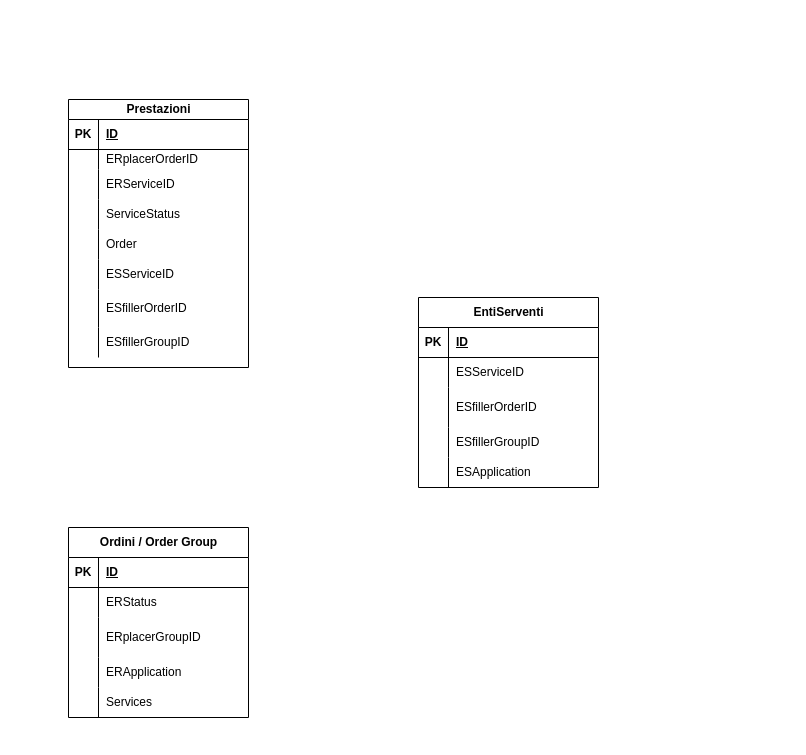
Before: Diagramma senza titolo.drawio in pietrodileo/ER-diagram-with-Draw.io, a draw.io diagram. Source tidied: cells renumbered, new cells numbered last; positions are measured from the earlier drawing's top-left corner, leaving out a move shared by most shapes. Both pictures are drawn from the tidied source at 100%, with x=0, y=0 at pixel (68, 99).
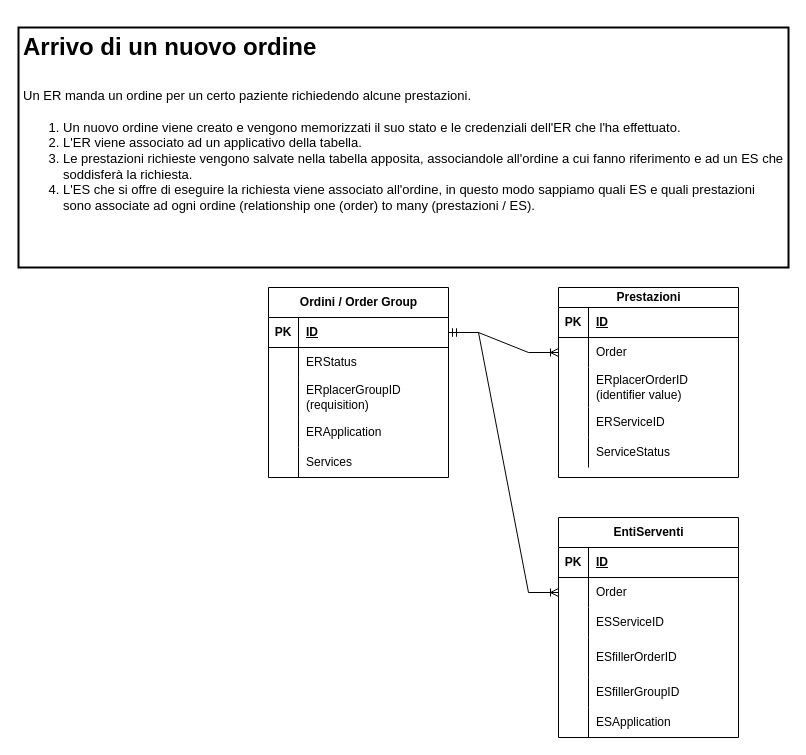
The same diagram, later.

Commit message (it also covers changes not shown here):
Aggiorna Diagramma

The change refers to these unchanged cells:
```xml
<mxCell id="28" style="shape=tableRow;horizontal=0;startSize=0;swimlaneHead=0;swimlaneBody=0;fillColor=none;points=[[0,0.5],[1,0.5]];portConstraint=eastwest;top=0;left=0;right=0;bottom=1;" parent="27" vertex="1">
  <mxGeometry y="30" width="180" height="30" as="geometry" />
</mxCell>
<mxCell id="34" style="shape=tableRow;horizontal=0;startSize=0;swimlaneHead=0;swimlaneBody=0;fillColor=none;top=0;left=0;right=0;bottom=0;" parent="27" vertex="1">
  <mxGeometry y="90" width="180" height="40" as="geometry" />
</mxCell>
<mxCell id="47" style="shape=tableRow;horizontal=0;startSize=0;swimlaneHead=0;swimlaneBody=0;fillColor=none;points=[[0,0.5],[1,0.5]];portConstraint=eastwest;top=0;left=0;right=0;bottom=0;" parent="43" vertex="1">
  <mxGeometry y="60" width="180" height="30" as="geometry" />
</mxCell>
```

What changed in the source:
```diff
@@
     <mxCell id="2" value="Prestazioni" style="shape=table;startSize=20;childLayout=tableLayout;rowLines=0;fontStyle=1;align=center;html=1;" parent="1" vertex="1">
-      <mxGeometry width="180" height="268" as="geometry" />
+      <mxGeometry x="490" y="188" width="180" height="190" as="geometry" />
     </mxCell>
@@
+    <mxCell id="15" style="shape=tableRow;horizontal=0;startSize=0;swimlaneHead=0;swimlaneBody=0;fillColor=none;points=[[0,0.5],[1,0.5]];portConstraint=eastwest;top=0;left=0;right=0;bottom=0;" parent="2" vertex="1">
+      <mxGeometry y="50" width="180" height="30" as="geometry" />
+    </mxCell>
+    <mxCell id="16" style="shape=partialRectangle;fillColor=none;top=0;left=0;bottom=0;right=0;overflow=hidden;whiteSpace=wrap;html=1;" parent="15" vertex="1">
+      <mxGeometry width="30" height="30" as="geometry" />
+    </mxCell>
+    <mxCell id="17" value="Order" style="shape=partialRectangle;fillColor=none;top=0;left=0;bottom=0;right=0;align=left;spacingLeft=6;overflow=hidden;whiteSpace=wrap;html=1;" parent="15" vertex="1">
+      <mxGeometry x="30" width="150" height="30" as="geometry" />
+    </mxCell>
     <mxCell id="6" style="shape=tableRow;horizontal=0;startSize=0;swimlaneHead=0;swimlaneBody=0;fillColor=none;top=0;left=0;right=0;bottom=0;" parent="2" vertex="1">
-      <mxGeometry y="50" width="180" height="20" as="geometry" />
+      <mxGeometry y="80" width="180" height="40" as="geometry" />
     </mxCell>
     <mxCell id="7" style="shape=partialRectangle;fillColor=none;top=0;left=0;bottom=0;right=0;overflow=hidden;whiteSpace=wrap;html=1;" parent="6" vertex="1">
-      <mxGeometry width="30" height="20" as="geometry" />
+      <mxGeometry width="30" height="40" as="geometry" />
     </mxCell>
-    <mxCell id="8" value="ERplacerOrderID" style="shape=partialRectangle;fillColor=none;top=0;left=0;bottom=0;right=0;align=left;spacingLeft=6;overflow=hidden;whiteSpace=wrap;html=1;" parent="6" vertex="1">
-      <mxGeometry x="30" width="150" height="20" as="geometry" />
+    <mxCell id="8" value="ERplacerOrderID&lt;br&gt;(identifier value)" style="shape=partialRectangle;fillColor=none;top=0;left=0;bottom=0;right=0;align=left;spacingLeft=6;overflow=hidden;whiteSpace=wrap;html=1;" parent="6" vertex="1">
+      <mxGeometry x="30" width="150" height="40" as="geometry" />
     </mxCell>
     <mxCell id="9" style="shape=tableRow;horizontal=0;startSize=0;swimlaneHead=0;swimlaneBody=0;fillColor=none;top=0;left=0;right=0;bottom=0;" parent="2" vertex="1">
-      <mxGeometry y="70" width="180" height="30" as="geometry" />
+      <mxGeometry y="120" width="180" height="30" as="geometry" />
     </mxCell>
@@
     <mxCell id="12" style="shape=tableRow;horizontal=0;startSize=0;swimlaneHead=0;swimlaneBody=0;fillColor=none;top=0;left=0;right=0;bottom=0;" parent="2" vertex="1">
-      <mxGeometry y="100" width="180" height="30" as="geometry" />
+      <mxGeometry y="150" width="180" height="30" as="geometry" />
     </mxCell>
@@
-    <mxCell id="15" style="shape=tableRow;horizontal=0;startSize=0;swimlaneHead=0;swimlaneBody=0;fillColor=none;points=[[0,0.5],[1,0.5]];portConstraint=eastwest;top=0;left=0;right=0;bottom=0;" parent="2" vertex="1">
-      <mxGeometry y="130" width="180" height="30" as="geometry" />
-    </mxCell>
-    <mxCell id="16" style="shape=partialRectangle;fillColor=none;top=0;left=0;bottom=0;right=0;overflow=hidden;whiteSpace=wrap;html=1;" parent="15" vertex="1">
-      <mxGeometry width="30" height="30" as="geometry" />
-    </mxCell>
-    <mxCell id="17" value="Order" style="shape=partialRectangle;fillColor=none;top=0;left=0;bottom=0;right=0;align=left;spacingLeft=6;overflow=hidden;whiteSpace=wrap;html=1;" parent="15" vertex="1">
-      <mxGeometry x="30" width="150" height="30" as="geometry" />
-    </mxCell>
-    <mxCell id="18" style="shape=tableRow;horizontal=0;startSize=0;swimlaneHead=0;swimlaneBody=0;fillColor=none;top=0;left=0;right=0;bottom=0;" parent="2" vertex="1">
-      <mxGeometry y="160" width="180" height="30" as="geometry" />
-    </mxCell>
-    <mxCell id="19" style="shape=partialRectangle;fillColor=none;top=0;left=0;bottom=0;right=0;overflow=hidden;whiteSpace=wrap;html=1;" parent="18" vertex="1">
-      <mxGeometry width="30" height="30" as="geometry" />
-    </mxCell>
-    <mxCell id="20" value="ESServiceID" style="shape=partialRectangle;fillColor=none;top=0;left=0;bottom=0;right=0;align=left;spacingLeft=6;overflow=hidden;whiteSpace=wrap;html=1;" parent="18" vertex="1">
-      <mxGeometry x="30" width="150" height="30" as="geometry" />
-    </mxCell>
-    <mxCell id="21" style="shape=tableRow;horizontal=0;startSize=0;swimlaneHead=0;swimlaneBody=0;fillColor=none;top=0;left=0;right=0;bottom=0;" parent="2" vertex="1">
-      <mxGeometry y="190" width="180" height="38" as="geometry" />
-    </mxCell>
-    <mxCell id="22" style="shape=partialRectangle;fillColor=none;top=0;left=0;bottom=0;right=0;overflow=hidden;whiteSpace=wrap;html=1;" parent="21" vertex="1">
-      <mxGeometry width="30" height="38" as="geometry" />
-    </mxCell>
-    <mxCell id="23" value="ESfillerOrderID" style="shape=partialRectangle;fillColor=none;top=0;left=0;bottom=0;right=0;align=left;spacingLeft=6;overflow=hidden;whiteSpace=wrap;html=1;" parent="21" vertex="1">
-      <mxGeometry x="30" width="150" height="38" as="geometry" />
-    </mxCell>
-    <mxCell id="24" style="shape=tableRow;horizontal=0;startSize=0;swimlaneHead=0;swimlaneBody=0;fillColor=none;top=0;left=0;right=0;bottom=0;" parent="2" vertex="1">
-      <mxGeometry y="228" width="180" height="30" as="geometry" />
-    </mxCell>
-    <mxCell id="25" style="shape=partialRectangle;fillColor=none;top=0;left=0;bottom=0;right=0;overflow=hidden;whiteSpace=wrap;html=1;" parent="24" vertex="1">
-      <mxGeometry width="30" height="30" as="geometry" />
-    </mxCell>
-    <mxCell id="26" value="ESfillerGroupID" style="shape=partialRectangle;fillColor=none;top=0;left=0;bottom=0;right=0;align=left;spacingLeft=6;overflow=hidden;whiteSpace=wrap;html=1;" parent="24" vertex="1">
-      <mxGeometry x="30" width="150" height="30" as="geometry" />
-    </mxCell>
     <mxCell id="27" value="Ordini / Order Group" style="shape=table;startSize=30;childLayout=tableLayout;rowLines=0;fontStyle=1;align=center;html=1;" parent="1" vertex="1">
-      <mxGeometry y="428" width="180" height="190" as="geometry" />
+      <mxGeometry x="200" y="188" width="180" height="190" as="geometry" />
     </mxCell>
@@
-    <mxCell id="36" value="ERplacerGroupID" style="shape=partialRectangle;fillColor=none;top=0;left=0;bottom=0;right=0;align=left;spacingLeft=6;overflow=hidden;whiteSpace=wrap;html=1;" parent="34" vertex="1">
+    <mxCell id="36" value="ERplacerGroupID (requisition)" style="shape=partialRectangle;fillColor=none;top=0;left=0;bottom=0;right=0;align=left;spacingLeft=6;overflow=hidden;whiteSpace=wrap;html=1;" parent="34" vertex="1">
       <mxGeometry x="30" width="150" height="40" as="geometry" />
     </mxCell>
@@
     <mxCell id="43" value="EntiServenti" style="shape=table;startSize=30;childLayout=tableLayout;rowLines=0;fontStyle=1;align=center;html=1;" parent="1" vertex="1">
-      <mxGeometry x="350" y="198" width="180" height="190" as="geometry" />
+      <mxGeometry x="490" y="418" width="180" height="220" as="geometry" />
     </mxCell>
@@
-    <mxCell id="49" value="ESServiceID" style="shape=partialRectangle;fillColor=none;top=0;left=0;bottom=0;right=0;align=left;spacingLeft=6;overflow=hidden;whiteSpace=wrap;html=1;" parent="47" vertex="1">
+    <mxCell id="49" value="Order" style="shape=partialRectangle;fillColor=none;top=0;left=0;bottom=0;right=0;align=left;spacingLeft=6;overflow=hidden;whiteSpace=wrap;html=1;" parent="47" vertex="1">
       <mxGeometry x="30" width="150" height="30" as="geometry" />
     </mxCell>
+    <mxCell id="59" style="shape=tableRow;horizontal=0;startSize=0;swimlaneHead=0;swimlaneBody=0;fillColor=none;top=0;left=0;right=0;bottom=0;" parent="43" vertex="1">
+      <mxGeometry y="90" width="180" height="30" as="geometry" />
+    </mxCell>
+    <mxCell id="60" style="shape=partialRectangle;fillColor=none;top=0;left=0;bottom=0;right=0;overflow=hidden;whiteSpace=wrap;html=1;" parent="59" vertex="1">
+      <mxGeometry width="30" height="30" as="geometry" />
+    </mxCell>
+    <mxCell id="20" value="ESServiceID" style="shape=partialRectangle;fillColor=none;top=0;left=0;bottom=0;right=0;align=left;spacingLeft=6;overflow=hidden;whiteSpace=wrap;html=1;" parent="59" vertex="1">
+      <mxGeometry x="30" width="150" height="30" as="geometry" />
+    </mxCell>
     <mxCell id="50" style="shape=tableRow;horizontal=0;startSize=0;swimlaneHead=0;swimlaneBody=0;fillColor=none;top=0;left=0;right=0;bottom=0;" parent="43" vertex="1">
-      <mxGeometry y="90" width="180" height="40" as="geometry" />
+      <mxGeometry y="120" width="180" height="40" as="geometry" />
     </mxCell>
@@
     <mxCell id="53" style="shape=tableRow;horizontal=0;startSize=0;swimlaneHead=0;swimlaneBody=0;fillColor=none;top=0;left=0;right=0;bottom=0;" parent="43" vertex="1">
-      <mxGeometry y="130" width="180" height="30" as="geometry" />
+      <mxGeometry y="160" width="180" height="30" as="geometry" />
     </mxCell>
@@
     <mxCell id="56" style="shape=tableRow;horizontal=0;startSize=0;swimlaneHead=0;swimlaneBody=0;fillColor=none;top=0;left=0;right=0;bottom=0;" parent="43" vertex="1">
-      <mxGeometry y="160" width="180" height="30" as="geometry" />
+      <mxGeometry y="190" width="180" height="30" as="geometry" />
     </mxCell>
@@
+    <mxCell id="61" style="edgeStyle=entityRelationEdgeStyle;fontSize=12;html=1;endArrow=ERoneToMany;startArrow=ERmandOne;rounded=0;exitX=1;exitY=0.5;exitDx=0;exitDy=0;entryX=0;entryY=0.5;entryDx=0;entryDy=0;" parent="1" edge="1" source="28" target="15">
+      <mxGeometry relative="1" as="geometry" />
+    </mxCell>
+    <mxCell id="62" value="&lt;h1&gt;&lt;span style=&quot;background-color: initial;&quot;&gt;Arrivo di un nuovo ordine&lt;/span&gt;&lt;span style=&quot;background-color: initial; font-size: 12px; font-weight: normal;&quot;&gt;&amp;nbsp;&lt;/span&gt;&lt;/h1&gt;&lt;h1&gt;&lt;span style=&quot;background-color: initial; font-weight: normal;&quot;&gt;&lt;font style=&quot;font-size: 13px;&quot;&gt;Un ER manda un ordine per un certo paziente richiedendo alcune prestazioni. &lt;br&gt;&lt;ol&gt;&lt;li&gt;&lt;span style=&quot;background-color: initial; font-weight: normal;&quot;&gt;&lt;font style=&quot;font-size: 13px;&quot;&gt;Un nuovo ordine viene creato e vengono memorizzati il suo stato e le credenziali dell'ER che l'ha effettuato.&amp;nbsp;&lt;/font&gt;&lt;/span&gt;&lt;/li&gt;&lt;li style=&quot;border-color: var(--border-color);&quot;&gt;L'ER viene associato ad un applicativo della tabella.&amp;nbsp;&lt;/li&gt;&lt;li&gt;&lt;font style=&quot;font-size: 13px;&quot;&gt;Le prestazioni richieste vengono salvate nella tabella apposita, associandole all'ordine a cui fanno riferimento e ad un ES che soddisferà la richiesta.&amp;nbsp;&lt;/font&gt;&lt;/li&gt;&lt;li&gt;&lt;span style=&quot;background-color: initial; font-weight: normal;&quot;&gt;&lt;font style=&quot;font-size: 13px;&quot;&gt;L'ES che si offre di eseguire la richiesta viene associato all'ordine, in questo modo sappiamo quali ES e quali prestazioni sono associate ad ogni ordine (relationship one (order) to many (prestazioni / ES).&lt;/font&gt;&lt;/span&gt;&lt;/li&gt;&lt;/ol&gt;&lt;/font&gt;&lt;/span&gt;&lt;/h1&gt;" style="text;html=1;spacing=5;spacingTop=-20;whiteSpace=wrap;overflow=hidden;rounded=0;fillColor=default;strokeWidth=2;strokeColor=default;" parent="1" vertex="1">
+      <mxGeometry x="-50" y="-72" width="770" height="240" as="geometry" />
+    </mxCell>
+    <mxCell id="63" style="edgeStyle=entityRelationEdgeStyle;fontSize=12;html=1;endArrow=ERoneToMany;startArrow=ERmandOne;rounded=0;exitX=1;exitY=0.5;exitDx=0;exitDy=0;" parent="1" edge="1" source="28" target="47">
+      <mxGeometry relative="1" as="geometry" />
+    </mxCell>
```
